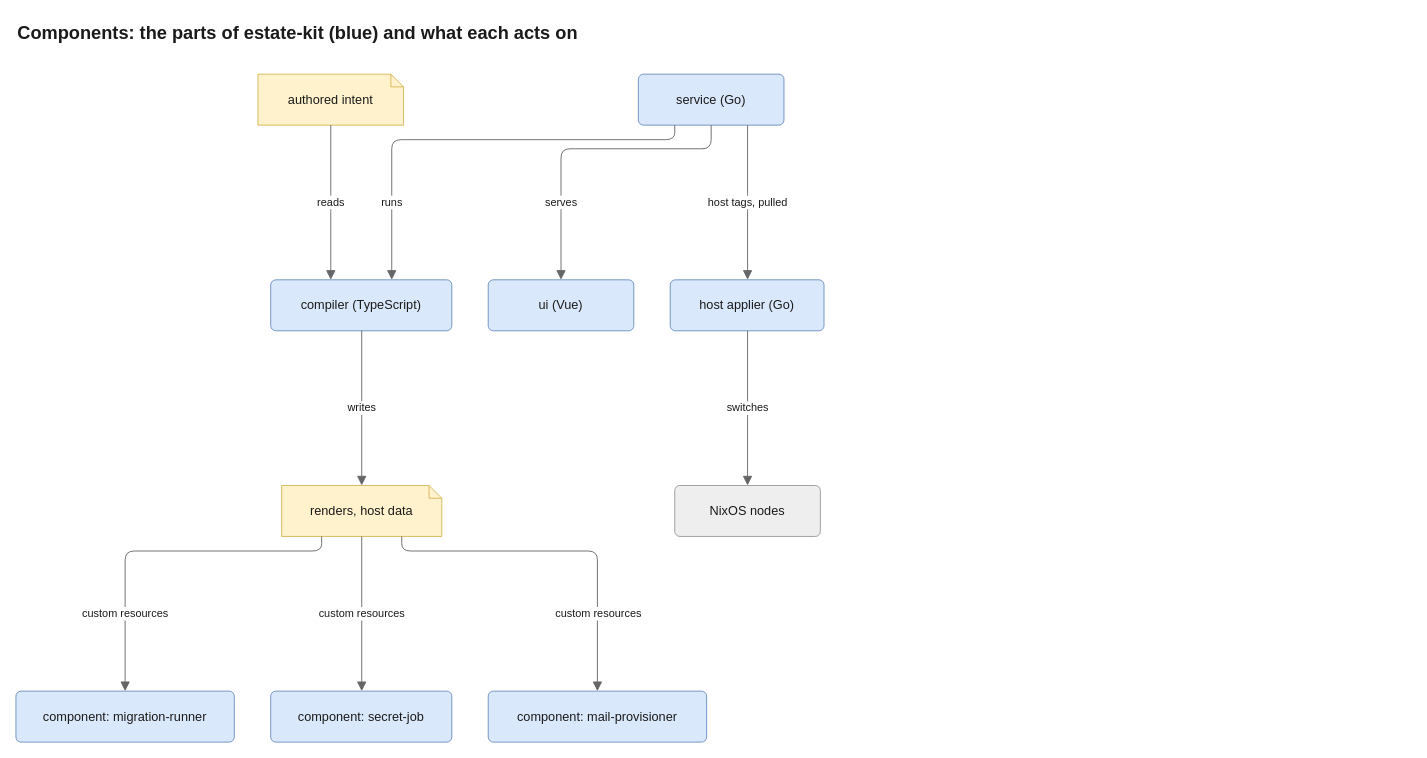
The draw.io diagram docs/diagrams/src/components.drawio in JorisJonkers-dev/estate-kit, before the edit. Source tidied: cells renumbered, new cells numbered last; positions are measured from the earlier drawing's top-left corner, leaving out a move shared by most shapes. Both pictures are drawn from the tidied source at 91%, with x=0, y=0 at pixel (15, 15).
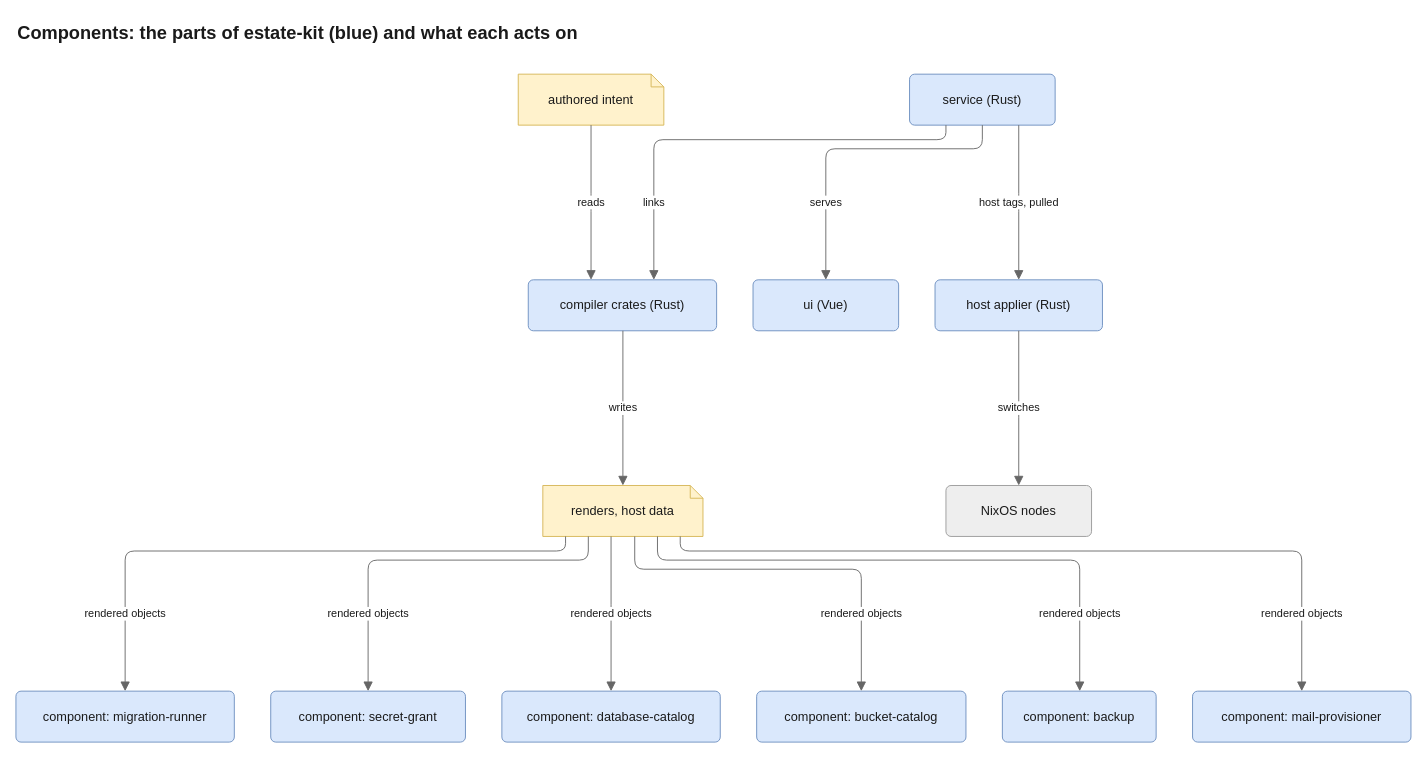
Above is the later version.

Unchanged cells that the change refers to:
```xml
<mxCell id="8" value="component: migration-runner" style="rounded=1;arcSize=10;html=1;whiteSpace=wrap;fontSize=14;fontColor=light-dark(#1a1a1a,#e8e8e8);fillColor=light-dark(#dae8fc,#1f3a5f);strokeColor=light-dark(#6c8ebf,#7aa7e0);fontFamily=Helvetica;" parent="1" vertex="1">
  <mxGeometry y="742" width="240" height="56" as="geometry" />
</mxCell>
```

Change to the diagram source:
```diff
@@
     <mxCell id="2" value="authored intent" style="shape=note;size=14;html=1;whiteSpace=wrap;fontSize=14;fontColor=light-dark(#1a1a1a,#e8e8e8);fillColor=light-dark(#fff2cc,#3a3220);strokeColor=light-dark(#d6b656,#c9a74a);fontFamily=Helvetica;" parent="1" vertex="1">
-      <mxGeometry x="266" y="64" width="160" height="56" as="geometry" />
+      <mxGeometry x="552" y="64" width="160" height="56" as="geometry" />
     </mxCell>
-    <mxCell id="3" value="service (Go)" style="rounded=1;arcSize=10;html=1;whiteSpace=wrap;fontSize=14;fontColor=light-dark(#1a1a1a,#e8e8e8);fillColor=light-dark(#dae8fc,#1f3a5f);strokeColor=light-dark(#6c8ebf,#7aa7e0);fontFamily=Helvetica;" parent="1" vertex="1">
-      <mxGeometry x="684" y="64" width="160" height="56" as="geometry" />
+    <mxCell id="3" value="service (Rust)" style="rounded=1;arcSize=10;html=1;whiteSpace=wrap;fontSize=14;fontColor=light-dark(#1a1a1a,#e8e8e8);fillColor=light-dark(#dae8fc,#1f3a5f);strokeColor=light-dark(#6c8ebf,#7aa7e0);fontFamily=Helvetica;" parent="1" vertex="1">
+      <mxGeometry x="982" y="64" width="160" height="56" as="geometry" />
     </mxCell>
-    <mxCell id="4" value="compiler (TypeScript)" style="rounded=1;arcSize=10;html=1;whiteSpace=wrap;fontSize=14;fontColor=light-dark(#1a1a1a,#e8e8e8);fillColor=light-dark(#dae8fc,#1f3a5f);strokeColor=light-dark(#6c8ebf,#7aa7e0);fontFamily=Helvetica;" parent="1" vertex="1">
-      <mxGeometry x="280" y="290" width="199" height="56" as="geometry" />
+    <mxCell id="4" value="compiler crates (Rust)" style="rounded=1;arcSize=10;html=1;whiteSpace=wrap;fontSize=14;fontColor=light-dark(#1a1a1a,#e8e8e8);fillColor=light-dark(#dae8fc,#1f3a5f);strokeColor=light-dark(#6c8ebf,#7aa7e0);fontFamily=Helvetica;" parent="1" vertex="1">
+      <mxGeometry x="563" y="290" width="207" height="56" as="geometry" />
     </mxCell>
     <mxCell id="5" value="ui (Vue)" style="rounded=1;arcSize=10;html=1;whiteSpace=wrap;fontSize=14;fontColor=light-dark(#1a1a1a,#e8e8e8);fillColor=light-dark(#dae8fc,#1f3a5f);strokeColor=light-dark(#6c8ebf,#7aa7e0);fontFamily=Helvetica;" parent="1" vertex="1">
-      <mxGeometry x="519" y="290" width="160" height="56" as="geometry" />
+      <mxGeometry x="810" y="290" width="160" height="56" as="geometry" />
     </mxCell>
-    <mxCell id="6" value="host applier (Go)" style="rounded=1;arcSize=10;html=1;whiteSpace=wrap;fontSize=14;fontColor=light-dark(#1a1a1a,#e8e8e8);fillColor=light-dark(#dae8fc,#1f3a5f);strokeColor=light-dark(#6c8ebf,#7aa7e0);fontFamily=Helvetica;" parent="1" vertex="1">
-      <mxGeometry x="719" y="290" width="169" height="56" as="geometry" />
+    <mxCell id="6" value="host applier (Rust)" style="rounded=1;arcSize=10;html=1;whiteSpace=wrap;fontSize=14;fontColor=light-dark(#1a1a1a,#e8e8e8);fillColor=light-dark(#dae8fc,#1f3a5f);strokeColor=light-dark(#6c8ebf,#7aa7e0);fontFamily=Helvetica;" parent="1" vertex="1">
+      <mxGeometry x="1010" y="290" width="184" height="56" as="geometry" />
     </mxCell>
     <mxCell id="7" value="renders, host data" style="shape=note;size=14;html=1;whiteSpace=wrap;fontSize=14;fontColor=light-dark(#1a1a1a,#e8e8e8);fillColor=light-dark(#fff2cc,#3a3220);strokeColor=light-dark(#d6b656,#c9a74a);fontFamily=Helvetica;" parent="1" vertex="1">
-      <mxGeometry x="292" y="516" width="176" height="56" as="geometry" />
+      <mxGeometry x="579" y="516" width="176" height="56" as="geometry" />
     </mxCell>
@@
-    <mxCell id="9" value="component: secret-job" style="rounded=1;arcSize=10;html=1;whiteSpace=wrap;fontSize=14;fontColor=light-dark(#1a1a1a,#e8e8e8);fillColor=light-dark(#dae8fc,#1f3a5f);strokeColor=light-dark(#6c8ebf,#7aa7e0);fontFamily=Helvetica;" parent="1" vertex="1">
-      <mxGeometry x="280" y="742" width="199" height="56" as="geometry" />
-    </mxCell>
+    <mxCell id="22" value="component: secret-grant" style="rounded=1;arcSize=10;html=1;whiteSpace=wrap;fontSize=14;fontColor=light-dark(#1a1a1a,#e8e8e8);fillColor=light-dark(#dae8fc,#1f3a5f);strokeColor=light-dark(#6c8ebf,#7aa7e0);fontFamily=Helvetica;" parent="1" vertex="1">
+      <mxGeometry x="280" y="742" width="214" height="56" as="geometry" />
+    </mxCell>
+    <mxCell id="23" value="component: database-catalog" style="rounded=1;arcSize=10;html=1;whiteSpace=wrap;fontSize=14;fontColor=light-dark(#1a1a1a,#e8e8e8);fillColor=light-dark(#dae8fc,#1f3a5f);strokeColor=light-dark(#6c8ebf,#7aa7e0);fontFamily=Helvetica;" parent="1" vertex="1">
+      <mxGeometry x="534" y="742" width="240" height="56" as="geometry" />
+    </mxCell>
+    <mxCell id="24" value="component: bucket-catalog" style="rounded=1;arcSize=10;html=1;whiteSpace=wrap;fontSize=14;fontColor=light-dark(#1a1a1a,#e8e8e8);fillColor=light-dark(#dae8fc,#1f3a5f);strokeColor=light-dark(#6c8ebf,#7aa7e0);fontFamily=Helvetica;" parent="1" vertex="1">
+      <mxGeometry x="814" y="742" width="230" height="56" as="geometry" />
+    </mxCell>
+    <mxCell id="25" value="component: backup" style="rounded=1;arcSize=10;html=1;whiteSpace=wrap;fontSize=14;fontColor=light-dark(#1a1a1a,#e8e8e8);fillColor=light-dark(#dae8fc,#1f3a5f);strokeColor=light-dark(#6c8ebf,#7aa7e0);fontFamily=Helvetica;" parent="1" vertex="1">
+      <mxGeometry x="1084" y="742" width="169" height="56" as="geometry" />
+    </mxCell>
     <mxCell id="10" value="component: mail-provisioner" style="rounded=1;arcSize=10;html=1;whiteSpace=wrap;fontSize=14;fontColor=light-dark(#1a1a1a,#e8e8e8);fillColor=light-dark(#dae8fc,#1f3a5f);strokeColor=light-dark(#6c8ebf,#7aa7e0);fontFamily=Helvetica;" parent="1" vertex="1">
-      <mxGeometry x="519" y="742" width="240" height="56" as="geometry" />
+      <mxGeometry x="1293" y="742" width="240" height="56" as="geometry" />
     </mxCell>
     <mxCell id="11" value="NixOS nodes" style="rounded=1;arcSize=10;html=1;whiteSpace=wrap;fontSize=14;fontColor=light-dark(#1a1a1a,#e8e8e8);fillColor=light-dark(#eeeeee,#303030);strokeColor=light-dark(#999999,#8a8a8a);fontFamily=Helvetica;" parent="1" vertex="1">
-      <mxGeometry x="724" y="516" width="160" height="56" as="geometry" />
+      <mxGeometry x="1022" y="516" width="160" height="56" as="geometry" />
     </mxCell>
-    <mxCell id="12" value="reads" style="html=1;rounded=1;fontSize=14;fontSize=12;fontColor=light-dark(#1a1a1a,#e8e8e8);strokeColor=light-dark(#666666,#a8a8a8);endArrow=block;endFill=1;endSize=8;curved=0;exitX=0.5;exitY=1;entryX=0.3317;entryY=0;edgeStyle=orthogonalEdgeStyle;fontFamily=Helvetica;labelBackgroundColor=light-dark(#ffffff,#1e1e1e);" parent="1" edge="1" source="2" target="4">
+    <mxCell id="12" value="reads" style="html=1;rounded=1;fontSize=14;fontSize=12;fontColor=light-dark(#1a1a1a,#e8e8e8);strokeColor=light-dark(#666666,#a8a8a8);endArrow=block;endFill=1;endSize=8;curved=0;exitX=0.5;exitY=1;entryX=0.3333;entryY=0;edgeStyle=orthogonalEdgeStyle;fontFamily=Helvetica;labelBackgroundColor=light-dark(#ffffff,#1e1e1e);" parent="1" edge="1" source="2" target="4">
       <mxGeometry relative="1" as="geometry">
         <Array as="points">
-          <mxPoint x="346" y="205" />
+          <mxPoint x="632" y="205" />
         </Array>
       </mxGeometry>
     </mxCell>
-    <mxCell id="13" value="runs" style="html=1;rounded=1;fontSize=14;fontSize=12;fontColor=light-dark(#1a1a1a,#e8e8e8);strokeColor=light-dark(#666666,#a8a8a8);endArrow=block;endFill=1;endSize=8;curved=0;exitX=0.25;exitY=1;entryX=0.6683;entryY=0;edgeStyle=orthogonalEdgeStyle;fontFamily=Helvetica;labelBackgroundColor=light-dark(#ffffff,#1e1e1e);" parent="1" edge="1" source="3" target="4">
+    <mxCell id="13" value="links" style="html=1;rounded=1;fontSize=14;fontSize=12;fontColor=light-dark(#1a1a1a,#e8e8e8);strokeColor=light-dark(#666666,#a8a8a8);endArrow=block;endFill=1;endSize=8;curved=0;exitX=0.25;exitY=1;entryX=0.6667;entryY=0;edgeStyle=orthogonalEdgeStyle;fontFamily=Helvetica;labelBackgroundColor=light-dark(#ffffff,#1e1e1e);" parent="1" edge="1" source="3" target="4">
       <mxGeometry relative="1" as="geometry">
         <Array as="points">
-          <mxPoint x="724" y="136" />
-          <mxPoint x="413" y="136" />
+          <mxPoint x="1022" y="136" />
+          <mxPoint x="701" y="136" />
         </Array>
-        <mxPoint x="-86.5" y="69" as="offset" />
+        <mxPoint x="-91.5" y="69" as="offset" />
       </mxGeometry>
     </mxCell>
     <mxCell id="14" value="serves" style="html=1;rounded=1;fontSize=14;fontSize=12;fontColor=light-dark(#1a1a1a,#e8e8e8);strokeColor=light-dark(#666666,#a8a8a8);endArrow=block;endFill=1;endSize=8;curved=0;exitX=0.5;exitY=1;entryX=0.5;entryY=0;edgeStyle=orthogonalEdgeStyle;fontFamily=Helvetica;labelBackgroundColor=light-dark(#ffffff,#1e1e1e);" parent="1" edge="1" source="3" target="5">
       <mxGeometry relative="1" as="geometry">
         <Array as="points">
-          <mxPoint x="764" y="146" />
-          <mxPoint x="599" y="146" />
+          <mxPoint x="1062" y="146" />
+          <mxPoint x="890" y="146" />
         </Array>
-        <mxPoint x="-23.5" y="59" as="offset" />
+        <mxPoint x="-27" y="59" as="offset" />
       </mxGeometry>
     </mxCell>
-    <mxCell id="15" value="host tags, pulled" style="html=1;rounded=1;fontSize=14;fontSize=12;fontColor=light-dark(#1a1a1a,#e8e8e8);strokeColor=light-dark(#666666,#a8a8a8);endArrow=block;endFill=1;endSize=8;curved=0;exitX=0.75;exitY=1;entryX=0.503;entryY=0;edgeStyle=orthogonalEdgeStyle;fontFamily=Helvetica;labelBackgroundColor=light-dark(#ffffff,#1e1e1e);" parent="1" edge="1" source="3" target="6">
+    <mxCell id="15" value="host tags, pulled" style="html=1;rounded=1;fontSize=14;fontSize=12;fontColor=light-dark(#1a1a1a,#e8e8e8);strokeColor=light-dark(#666666,#a8a8a8);endArrow=block;endFill=1;endSize=8;curved=0;exitX=0.75;exitY=1;entryX=0.5;entryY=0;edgeStyle=orthogonalEdgeStyle;fontFamily=Helvetica;labelBackgroundColor=light-dark(#ffffff,#1e1e1e);" parent="1" edge="1" source="3" target="6">
       <mxGeometry relative="1" as="geometry">
         <Array as="points">
-          <mxPoint x="804" y="205" />
+          <mxPoint x="1102" y="205" />
         </Array>
       </mxGeometry>
     </mxCell>
-    <mxCell id="16" value="writes" style="html=1;rounded=1;fontSize=14;fontSize=12;fontColor=light-dark(#1a1a1a,#e8e8e8);strokeColor=light-dark(#666666,#a8a8a8);endArrow=block;endFill=1;endSize=8;curved=0;exitX=0.5025;exitY=1;entryX=0.5;entryY=0;edgeStyle=orthogonalEdgeStyle;fontFamily=Helvetica;labelBackgroundColor=light-dark(#ffffff,#1e1e1e);" parent="1" edge="1" source="4" target="7">
+    <mxCell id="16" value="writes" style="html=1;rounded=1;fontSize=14;fontSize=12;fontColor=light-dark(#1a1a1a,#e8e8e8);strokeColor=light-dark(#666666,#a8a8a8);endArrow=block;endFill=1;endSize=8;curved=0;exitX=0.5024;exitY=1;entryX=0.5;entryY=0;edgeStyle=orthogonalEdgeStyle;fontFamily=Helvetica;labelBackgroundColor=light-dark(#ffffff,#1e1e1e);" parent="1" edge="1" source="4" target="7">
       <mxGeometry relative="1" as="geometry">
         <Array as="points">
-          <mxPoint x="380" y="431" />
+          <mxPoint x="667" y="431" />
         </Array>
       </mxGeometry>
     </mxCell>
-    <mxCell id="17" value="custom resources" style="html=1;rounded=1;fontSize=14;fontSize=12;fontColor=light-dark(#1a1a1a,#e8e8e8);strokeColor=light-dark(#666666,#a8a8a8);endArrow=block;endFill=1;endSize=8;curved=0;exitX=0.25;exitY=1;entryX=0.5;entryY=0;edgeStyle=orthogonalEdgeStyle;fontFamily=Helvetica;labelBackgroundColor=light-dark(#ffffff,#1e1e1e);" parent="1" edge="1" source="7" target="8">
+    <mxCell id="17" value="rendered objects" style="html=1;rounded=1;fontSize=14;fontSize=12;fontColor=light-dark(#1a1a1a,#e8e8e8);strokeColor=light-dark(#666666,#a8a8a8);endArrow=block;endFill=1;endSize=8;curved=0;exitX=0.142;exitY=1;entryX=0.5;entryY=0;edgeStyle=orthogonalEdgeStyle;fontFamily=Helvetica;labelBackgroundColor=light-dark(#ffffff,#1e1e1e);" parent="1" edge="1" source="7" target="8">
       <mxGeometry relative="1" as="geometry">
         <Array as="points">
-          <mxPoint x="336" y="588" />
+          <mxPoint x="604" y="588" />
           <mxPoint x="120" y="588" />
         </Array>
-        <mxPoint x="-39" y="69" as="offset" />
+        <mxPoint x="-173" y="69" as="offset" />
       </mxGeometry>
     </mxCell>
-    <mxCell id="18" value="custom resources" style="html=1;rounded=1;fontSize=14;fontSize=12;fontColor=light-dark(#1a1a1a,#e8e8e8);strokeColor=light-dark(#666666,#a8a8a8);endArrow=block;endFill=1;endSize=8;curved=0;exitX=0.5;exitY=1;entryX=0.5025;entryY=0;edgeStyle=orthogonalEdgeStyle;fontFamily=Helvetica;labelBackgroundColor=light-dark(#ffffff,#1e1e1e);" parent="1" edge="1" source="7" target="9">
+    <mxCell id="18" value="rendered objects" style="html=1;rounded=1;fontSize=14;fontSize=12;fontColor=light-dark(#1a1a1a,#e8e8e8);strokeColor=light-dark(#666666,#a8a8a8);endArrow=block;endFill=1;endSize=8;curved=0;exitX=0.2841;exitY=1;entryX=0.5;entryY=0;edgeStyle=orthogonalEdgeStyle;fontFamily=Helvetica;labelBackgroundColor=light-dark(#ffffff,#1e1e1e);" parent="1" edge="1" source="7" target="22">
       <mxGeometry relative="1" as="geometry">
         <Array as="points">
-          <mxPoint x="380" y="657" />
+          <mxPoint x="629" y="598" />
+          <mxPoint x="387" y="598" />
         </Array>
+        <mxPoint x="-62" y="59" as="offset" />
       </mxGeometry>
     </mxCell>
-    <mxCell id="19" value="custom resources" style="html=1;rounded=1;fontSize=14;fontSize=12;fontColor=light-dark(#1a1a1a,#e8e8e8);strokeColor=light-dark(#666666,#a8a8a8);endArrow=block;endFill=1;endSize=8;curved=0;exitX=0.75;exitY=1;entryX=0.5;entryY=0;edgeStyle=orthogonalEdgeStyle;fontFamily=Helvetica;labelBackgroundColor=light-dark(#ffffff,#1e1e1e);" parent="1" edge="1" source="7" target="10">
+    <mxCell id="19" value="rendered objects" style="html=1;rounded=1;fontSize=14;fontSize=12;fontColor=light-dark(#1a1a1a,#e8e8e8);strokeColor=light-dark(#666666,#a8a8a8);endArrow=block;endFill=1;endSize=8;curved=0;exitX=0.4261;exitY=1;entryX=0.5;entryY=0;edgeStyle=orthogonalEdgeStyle;fontFamily=Helvetica;labelBackgroundColor=light-dark(#ffffff,#1e1e1e);" parent="1" edge="1" source="7" target="23">
       <mxGeometry relative="1" as="geometry">
         <Array as="points">
-          <mxPoint x="424" y="588" />
-          <mxPoint x="639" y="588" />
+          <mxPoint x="654" y="657" />
         </Array>
-        <mxPoint x="38.5" y="69" as="offset" />
       </mxGeometry>
     </mxCell>
-    <mxCell id="20" value="switches" style="html=1;rounded=1;fontSize=14;fontSize=12;fontColor=light-dark(#1a1a1a,#e8e8e8);strokeColor=light-dark(#666666,#a8a8a8);endArrow=block;endFill=1;endSize=8;curved=0;exitX=0.503;exitY=1;entryX=0.5;entryY=0;edgeStyle=orthogonalEdgeStyle;fontFamily=Helvetica;labelBackgroundColor=light-dark(#ffffff,#1e1e1e);" parent="1" edge="1" source="6" target="11">
+    <mxCell id="20" value="rendered objects" style="html=1;rounded=1;fontSize=14;fontSize=12;fontColor=light-dark(#1a1a1a,#e8e8e8);strokeColor=light-dark(#666666,#a8a8a8);endArrow=block;endFill=1;endSize=8;curved=0;exitX=0.5739;exitY=1;entryX=0.5;entryY=0;edgeStyle=orthogonalEdgeStyle;fontFamily=Helvetica;labelBackgroundColor=light-dark(#ffffff,#1e1e1e);" parent="1" edge="1" source="7" target="24">
       <mxGeometry relative="1" as="geometry">
         <Array as="points">
-          <mxPoint x="804" y="431" />
+          <mxPoint x="680" y="608" />
+          <mxPoint x="929" y="608" />
         </Array>
+        <mxPoint x="75.5" y="49" as="offset" />
       </mxGeometry>
     </mxCell>
+    <mxCell id="26" value="rendered objects" style="html=1;rounded=1;fontSize=14;fontSize=12;fontColor=light-dark(#1a1a1a,#e8e8e8);strokeColor=light-dark(#666666,#a8a8a8);endArrow=block;endFill=1;endSize=8;curved=0;exitX=0.7159;exitY=1;entryX=0.503;entryY=0;edgeStyle=orthogonalEdgeStyle;fontFamily=Helvetica;labelBackgroundColor=light-dark(#ffffff,#1e1e1e);" parent="1" edge="1" source="7" target="25">
+      <mxGeometry relative="1" as="geometry">
+        <Array as="points">
+          <mxPoint x="705" y="598" />
+          <mxPoint x="1169" y="598" />
+        </Array>
+        <mxPoint x="173" y="59" as="offset" />
+      </mxGeometry>
+    </mxCell>
+    <mxCell id="27" value="rendered objects" style="html=1;rounded=1;fontSize=14;fontSize=12;fontColor=light-dark(#1a1a1a,#e8e8e8);strokeColor=light-dark(#666666,#a8a8a8);endArrow=block;endFill=1;endSize=8;curved=0;exitX=0.858;exitY=1;entryX=0.5;entryY=0;edgeStyle=orthogonalEdgeStyle;fontFamily=Helvetica;labelBackgroundColor=light-dark(#ffffff,#1e1e1e);" parent="1" edge="1" source="7" target="10">
+      <mxGeometry relative="1" as="geometry">
+        <Array as="points">
+          <mxPoint x="730" y="588" />
+          <mxPoint x="1413" y="588" />
+        </Array>
+        <mxPoint x="272.5" y="69" as="offset" />
+      </mxGeometry>
+    </mxCell>
+    <mxCell id="28" value="switches" style="html=1;rounded=1;fontSize=14;fontSize=12;fontColor=light-dark(#1a1a1a,#e8e8e8);strokeColor=light-dark(#666666,#a8a8a8);endArrow=block;endFill=1;endSize=8;curved=0;exitX=0.5;exitY=1;entryX=0.5;entryY=0;edgeStyle=orthogonalEdgeStyle;fontFamily=Helvetica;labelBackgroundColor=light-dark(#ffffff,#1e1e1e);" parent="1" edge="1" source="6" target="11">
+      <mxGeometry relative="1" as="geometry">
+        <Array as="points">
+          <mxPoint x="1102" y="431" />
+        </Array>
+      </mxGeometry>
+    </mxCell>
     <mxCell id="21" value="Components: the parts of estate-kit (blue) and what each acts on" style="text;html=1;whiteSpace=wrap;align=left;verticalAlign=middle;fontSize=20;fontStyle=1;fontColor=light-dark(#1a1a1a,#e8e8e8);fontFamily=Helvetica;" parent="1" vertex="1">
-      <mxGeometry width="888" height="36" as="geometry" />
+      <mxGeometry width="1533" height="36" as="geometry" />
     </mxCell>
```
